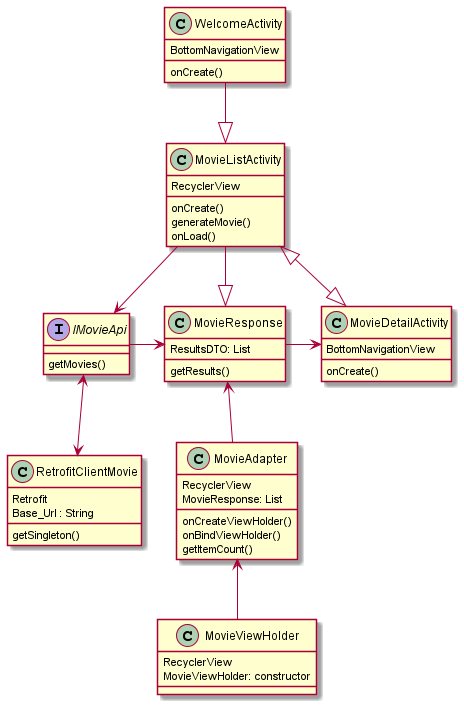
Clem-Fauchet/mobile-movie-database keeps this PlantUML diagram as DiagramUml.png. Above is the earlier version.
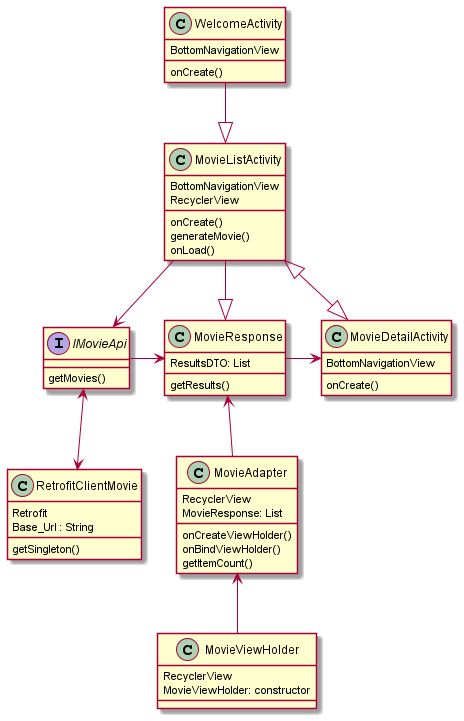
Later version of the same file.

Commit message:
Modif diagramm

Diff of the diagram source:
```diff
@@ -52,6 +52,7 @@
 }
 
 class MovieListActivity {
+BottomNavigationView
 RecyclerView
 onCreate()
 generateMovie()
```
